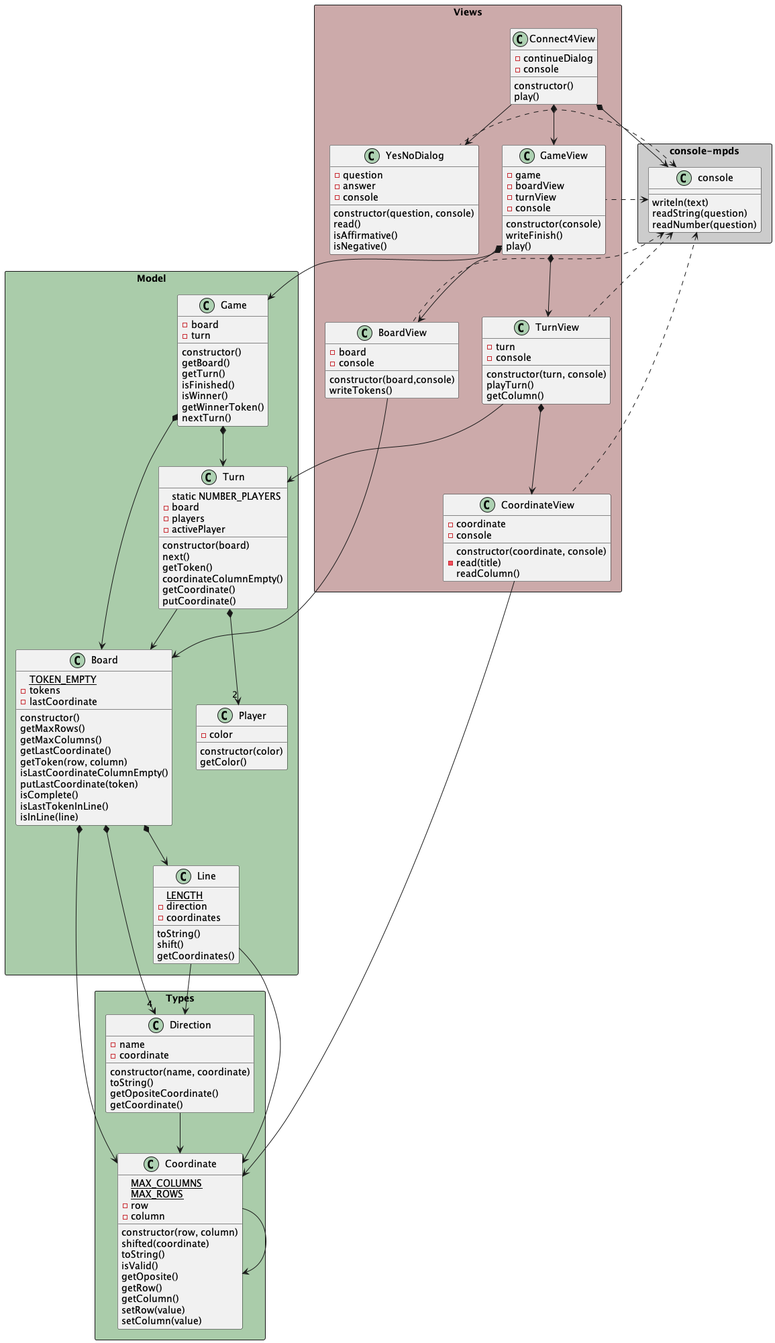
mpaulaherrero/escuelaIT keeps this PlantUML diagram as game-connect4/docs/diagrams/objectOriented/classNotation/class diagram/connect4_constructorFunction_classdiagram.png. Above is the earlier version. Source of this version:
```plantuml
@startuml connect4_constructorFunction_classdiagram

package "console-mpds" <<Rectangle>> #ccc {
    class console {
        writeln(text)
        readString(question)
        readNumber(question)
    }
}

package "Types" <<Rectangle>> #aca {
    class Coordinate {
        {static} MAX_COLUMNS
        {static} MAX_ROWS
        -row
        -column
        constructor(row, column)
        shifted(coordinate)
        toString()
        isValid()
        getOposite()
        getRow()
        getColumn()
        setRow(value)
        setColumn(value)
    }

    class Direction {
        -name
        -coordinate
        constructor(name, coordinate)
        toString()
        getOpositeCoordinate()
        getCoordinate()
    }
}

package "Model" <<Rectangle>> #aca {

    class Board {
        {static} TOKEN_EMPTY
        -tokens
        -lastCoordinate
        constructor()
        getMaxRows()
        getMaxColumns()
        getLastCoordinate()
        getToken(row, column)
        isLastCoordinateColumnEmpty()
        putLastCoordinate(token)
        isComplete()
        isLastTokenInLine()
        isInLine(line)
    }

    class Game {
        -board
        -turn
        constructor()
        getBoard()
        getTurn()
        isFinished()
        isWinner()
        getWinnerToken()
        nextTurn()
    }

    class Line {
        {static} LENGTH
        -direction
        -coordinates
        toString()
        shift()
        getCoordinates()
    }

    class Player{
        -color
        constructor(color)
        getColor()
    }

    class Turn{
        static NUMBER_PLAYERS
        -board
        -players
        -activePlayer
        constructor(board)
        next()
        getToken()
        coordinateColumnEmpty()
        getCoordinate()
        putCoordinate()
    }
}

package "Views" <<Rectangle>> #caa {
    class BoardView{
        -board
        -console
        constructor(board,console)
        writeTokens()
    }

    class Connect4View {
        -continueDialog
        -console
        constructor()
        play()
    }

    class CoordinateView {
        -coordinate
        -console
        constructor(coordinate, console)
        -read(title)
        readColumn()
    }

    class GameView {
        -game
        -boardView
        -turnView
        -console
        constructor(console)
        writeFinish()
        play()
    }

    class TurnView {
        -turn
        -console
        constructor(turn, console)
        playTurn()
        getColumn()
    }

    class YesNoDialog {
        -question
        -answer
        -console
        constructor(question, console)
        read()
        isAffirmative()
        isNegative()
    }
}



Coordinate -> Coordinate

Direction -down-> Coordinate

Line -down-> Coordinate
Line -down-> Direction

Board *-down-> Coordinate
Board *-down-> "4" Direction
Board *-down-> Line

Turn *-down-> "2" Player
Turn -down-> Board

Game *-down-> Board
Game *-down-> Turn

CoordinateView -> Coordinate

BoardView -down-> Board

TurnView -down-> Turn
TurnView *-down-> CoordinateView

GameView *-down-> Game
GameView *-down-> BoardView
GameView *-down-> TurnView

Connect4View -down-> YesNoDialog
Connect4View *-down-> GameView

Connect4View *-down-> console
YesNoDialog .-l-> console
GameView .-l-> console
BoardView .-l-> console
TurnView .-l-> console
CoordinateView .-l-> console

@enduml
```
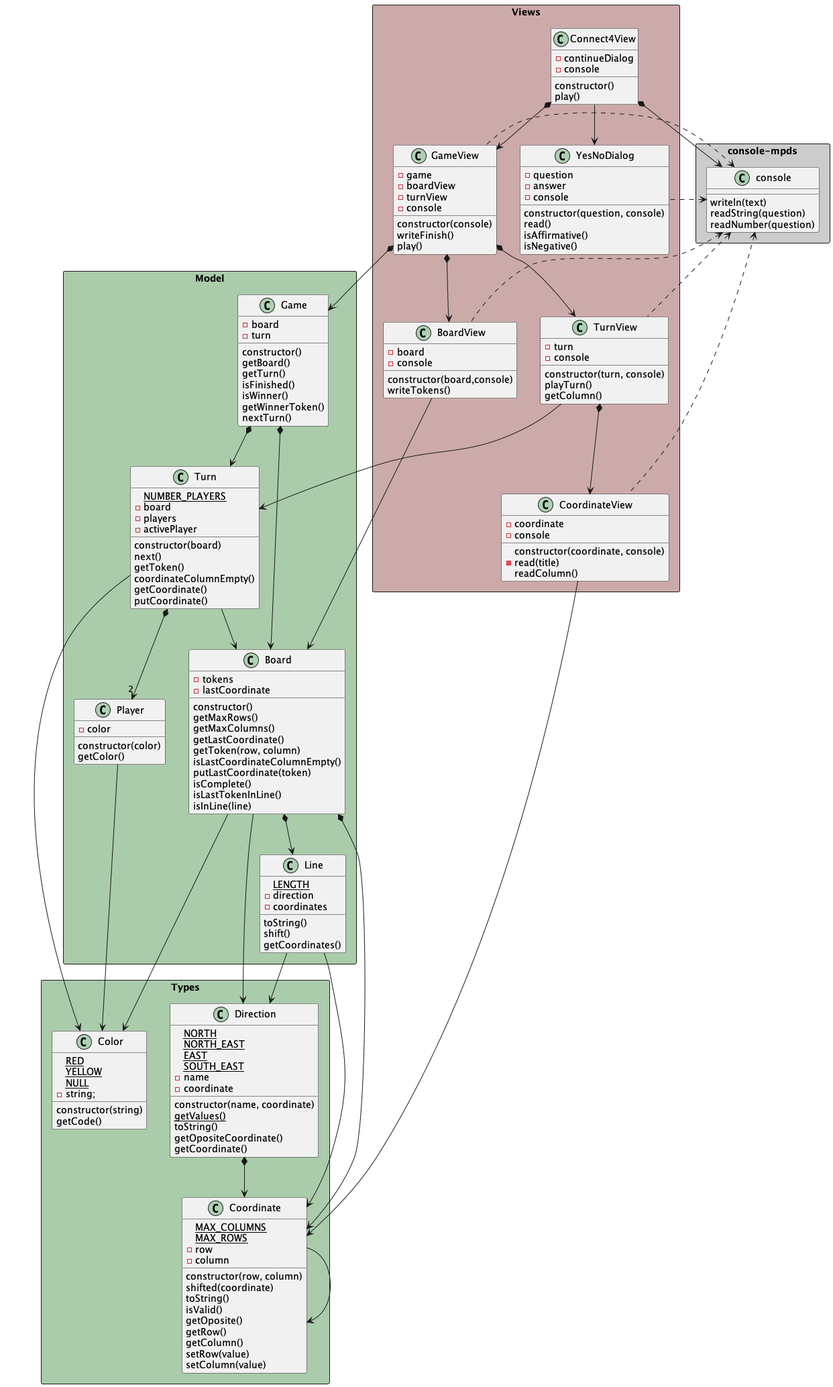
The same file after the commit.

Commit message:
direciones en Direction static

Diff of the diagram source:
```diff
@@ -26,19 +26,32 @@
     }
 
     class Direction {
+        {static} NORTH
+        {static} NORTH_EAST
+        {static} EAST
+        {static} SOUTH_EAST
         -name
         -coordinate
         constructor(name, coordinate)
+        {static} getValues()
         toString()
         getOpositeCoordinate()
         getCoordinate()
+    }
+
+    class Color {
+        {static} RED
+        {static} YELLOW
+        {static} NULL
+        -string;
+        constructor(string)
+        getCode()
     }
 }
 
 package "Model" <<Rectangle>> #aca {
 
     class Board {
-        {static} TOKEN_EMPTY
         -tokens
         -lastCoordinate
         constructor()
@@ -81,7 +94,7 @@
     }
 
     class Turn{
-        static NUMBER_PLAYERS
+        {static} NUMBER_PLAYERS
         -board
         -players
         -activePlayer
@@ -150,17 +163,21 @@
 
 Coordinate -> Coordinate
 
-Direction -down-> Coordinate
+Direction *-down-> Coordinate
 
 Line -down-> Coordinate
 Line -down-> Direction
 
 Board *-down-> Coordinate
-Board *-down-> "4" Direction
+Board -down-> Direction
 Board *-down-> Line
+Board -down-> Color
+
+Player -down-> Color
 
 Turn *-down-> "2" Player
 Turn -down-> Board
+Turn -down-> Color
 
 Game *-down-> Board
 Game *-down-> Turn
```
